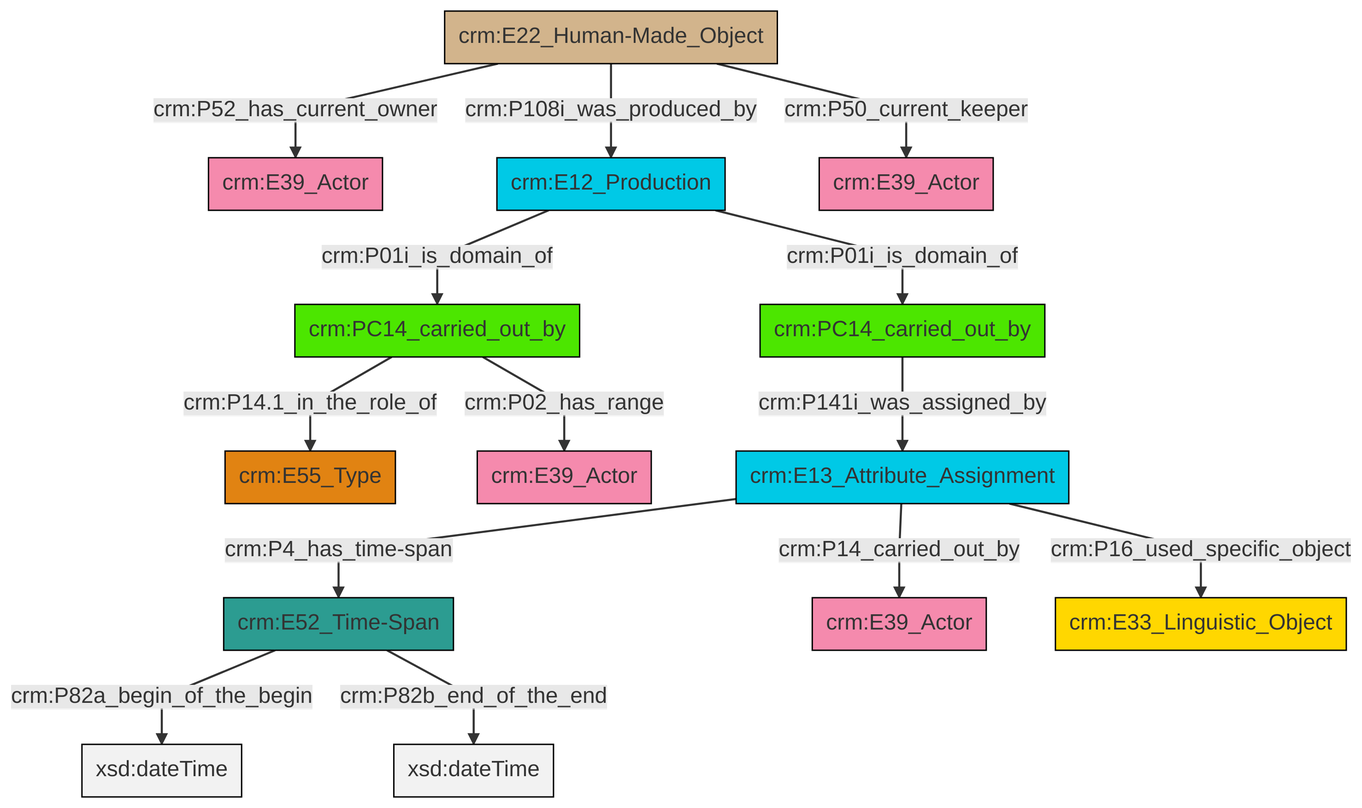
The Mermaid diagram et/carrierCSV/ttl/mmd/png/carrier_relations.png in swiss-art-research-net/docs.swissartresearch, before a commit. Its source is kept beside it as et/carrierCSV/ttl/mmd/carrier_relations.ttl.mmd.
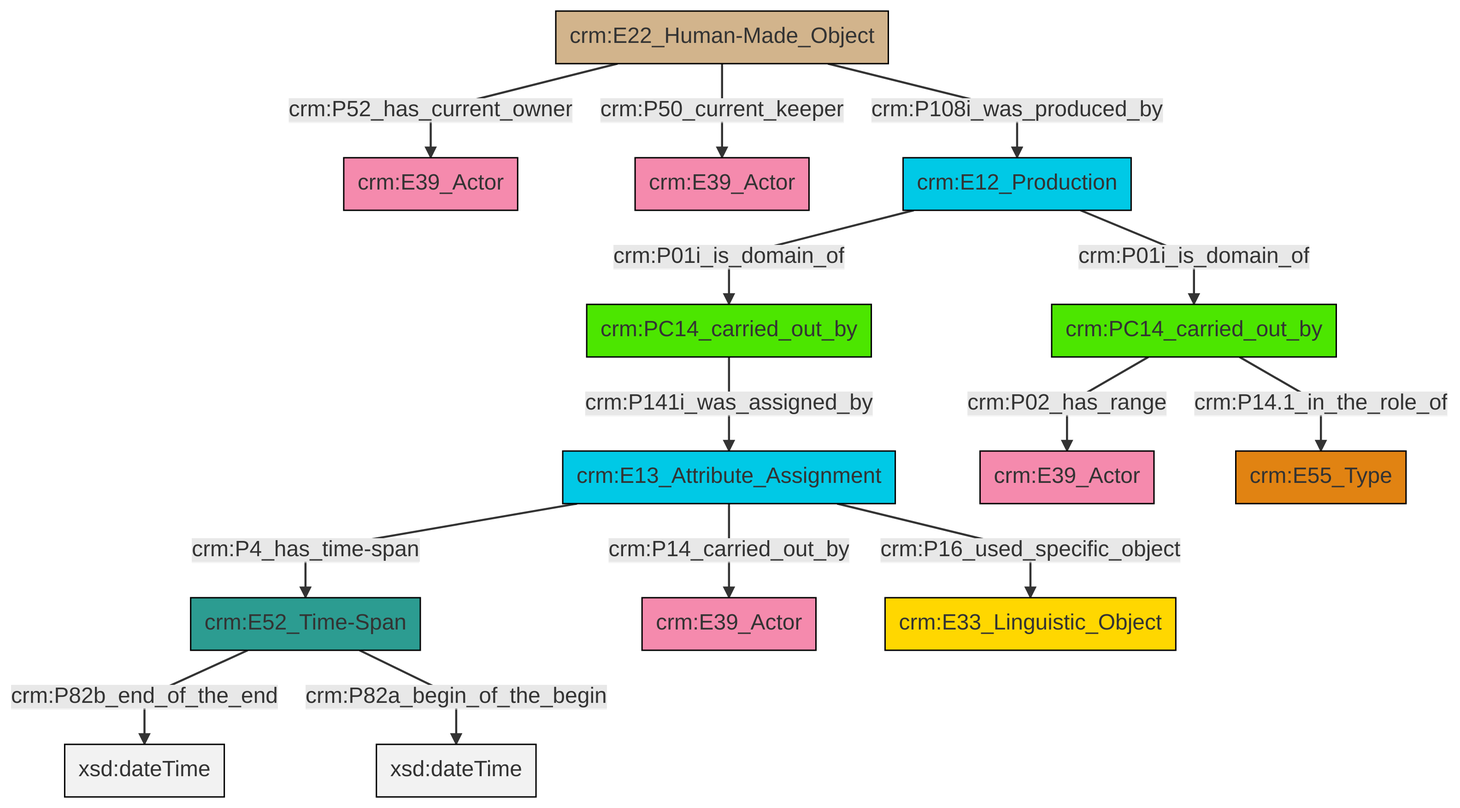
Later version of the same file.

Change to the diagram source:
```diff
@@ -13,16 +13,16 @@
 classDef PC_Classes fill:#4ce600, stroke:#000000;
 classDef Multi fill:#cccccc,stroke:#000000;
 
-0["crm:E52_Time-Span"]:::Time-Span -->|crm:P82a_begin_of_the_begin| 1[xsd:dateTime]:::Literal
-4["crm:PC14_carried_out_by"]:::PC_Classes -->|crm:P141i_was_assigned_by| 5["crm:E13_Attribute_Assignment"]:::Temporal_Entity
-9["crm:E22_Human-Made_Object"]:::Physical_Thing -->|crm:P52_has_current_owner| 10["crm:E39_Actor"]:::Actor
-5["crm:E13_Attribute_Assignment"]:::Temporal_Entity -->|crm:P4_has_time-span| 0["crm:E52_Time-Span"]:::Time-Span
-5["crm:E13_Attribute_Assignment"]:::Temporal_Entity -->|crm:P14_carried_out_by| 11["crm:E39_Actor"]:::Actor
-9["crm:E22_Human-Made_Object"]:::Physical_Thing -->|crm:P108i_was_produced_by| 15["crm:E12_Production"]:::Temporal_Entity
-17["crm:PC14_carried_out_by"]:::PC_Classes -->|crm:P14.1_in_the_role_of| 6["crm:E55_Type"]:::Type
-17["crm:PC14_carried_out_by"]:::PC_Classes -->|crm:P02_has_range| 2["crm:E39_Actor"]:::Actor
-15["crm:E12_Production"]:::Temporal_Entity -->|crm:P01i_is_domain_of| 17["crm:PC14_carried_out_by"]:::PC_Classes
-9["crm:E22_Human-Made_Object"]:::Physical_Thing -->|crm:P50_current_keeper| 22["crm:E39_Actor"]:::Actor
-15["crm:E12_Production"]:::Temporal_Entity -->|crm:P01i_is_domain_of| 4["crm:PC14_carried_out_by"]:::PC_Classes
-5["crm:E13_Attribute_Assignment"]:::Temporal_Entity -->|crm:P16_used_specific_object| 13["crm:E33_Linguistic_Object"]:::Conceptual_Object
-0["crm:E52_Time-Span"]:::Time-Span -->|crm:P82b_end_of_the_end| 23[xsd:dateTime]:::Literal
+2["crm:PC14_carried_out_by"]:::PC_Classes -->|crm:P141i_was_assigned_by| 3["crm:E13_Attribute_Assignment"]:::Temporal_Entity
+0["crm:PC14_carried_out_by"]:::PC_Classes -->|crm:P02_has_range| 4["crm:E39_Actor"]:::Actor
+3["crm:E13_Attribute_Assignment"]:::Temporal_Entity -->|crm:P14_carried_out_by| 9["crm:E39_Actor"]:::Actor
+10["crm:E22_Human-Made_Object"]:::Physical_Thing -->|crm:P52_has_current_owner| 11["crm:E39_Actor"]:::Actor
+0["crm:PC14_carried_out_by"]:::PC_Classes -->|crm:P14.1_in_the_role_of| 5["crm:E55_Type"]:::Type
+10["crm:E22_Human-Made_Object"]:::Physical_Thing -->|crm:P50_current_keeper| 12["crm:E39_Actor"]:::Actor
+7["crm:E52_Time-Span"]:::Time-Span -->|crm:P82b_end_of_the_end| 13[xsd:dateTime]:::Literal
+3["crm:E13_Attribute_Assignment"]:::Temporal_Entity -->|crm:P16_used_specific_object| 14["crm:E33_Linguistic_Object"]:::Conceptual_Object
+3["crm:E13_Attribute_Assignment"]:::Temporal_Entity -->|crm:P4_has_time-span| 7["crm:E52_Time-Span"]:::Time-Span
+15["crm:E12_Production"]:::Temporal_Entity -->|crm:P01i_is_domain_of| 2["crm:PC14_carried_out_by"]:::PC_Classes
+10["crm:E22_Human-Made_Object"]:::Physical_Thing -->|crm:P108i_was_produced_by| 15["crm:E12_Production"]:::Temporal_Entity
+7["crm:E52_Time-Span"]:::Time-Span -->|crm:P82a_begin_of_the_begin| 21[xsd:dateTime]:::Literal
+15["crm:E12_Production"]:::Temporal_Entity -->|crm:P01i_is_domain_of| 0["crm:PC14_carried_out_by"]:::PC_Classes
```
